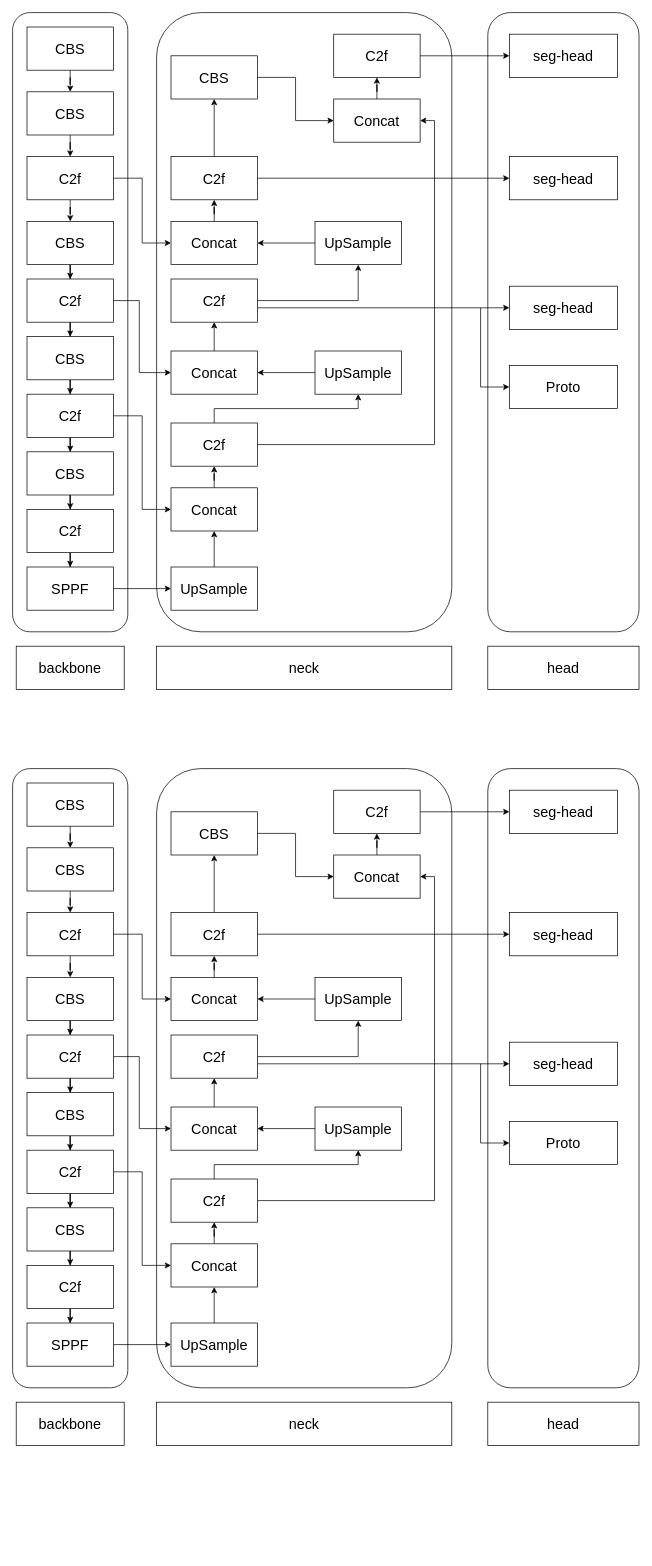
Earlier version of the draw.io diagram yolov8.drawio (funkallll/deeplearning). Source tidied: cells renumbered, new cells numbered last; positions are measured from the earlier drawing's top-left corner, leaving out a move shared by most shapes. Both pictures are drawn from the tidied source at 72%, with x=0, y=0 at pixel (12, 12).
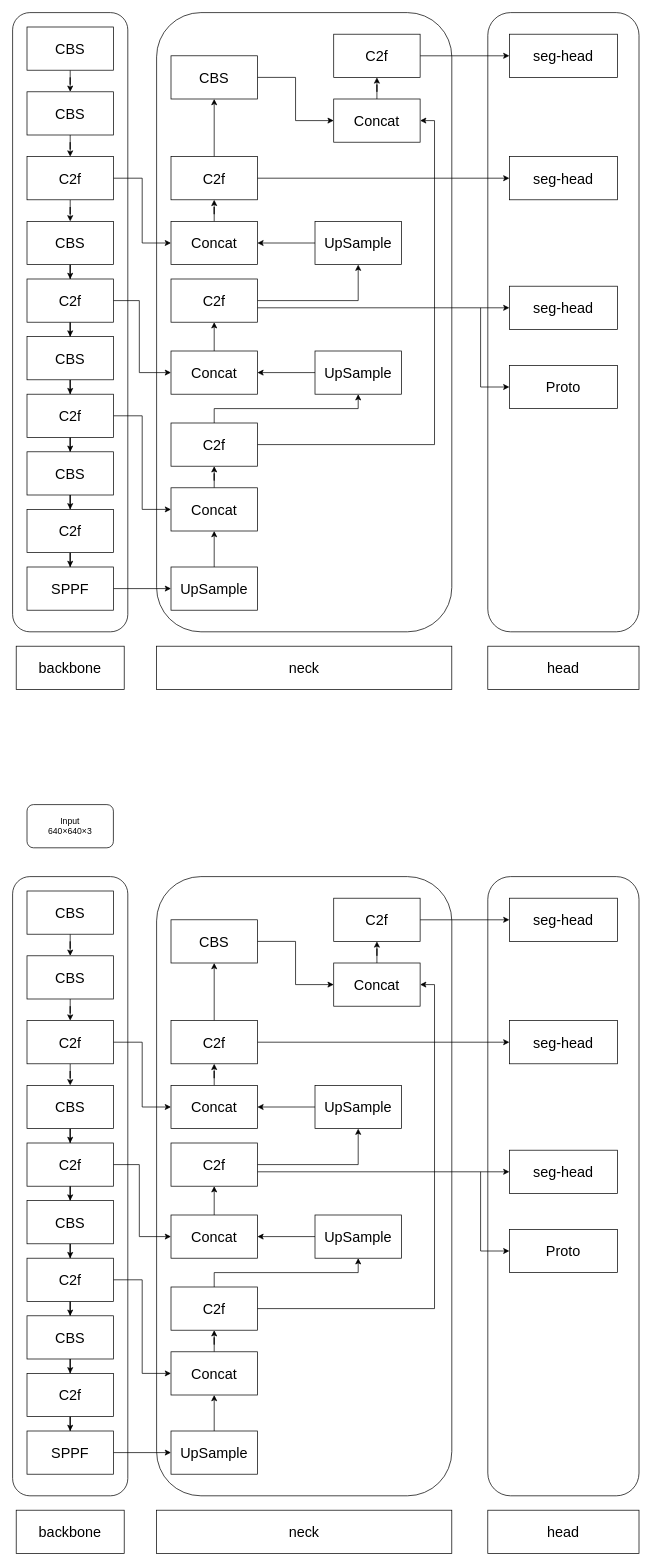
The same diagram, later.

The edit, as a diff of the source:
```diff
@@
     <mxCell id="64" value="CBS" style="rounded=0;whiteSpace=wrap;html=1;fontSize=20;fontStyle=0;" parent="1" vertex="1">
-      <mxGeometry x="20" y="1070" width="120" height="60" as="geometry" />
+      <mxGeometry x="20" y="1220" width="120" height="60" as="geometry" />
     </mxCell>
@@
     <mxCell id="66" value="CBS" style="rounded=0;whiteSpace=wrap;html=1;fontSize=20;fontStyle=0;" parent="1" vertex="1">
-      <mxGeometry x="20" y="1160" width="120" height="60" as="geometry" />
+      <mxGeometry x="20" y="1310" width="120" height="60" as="geometry" />
     </mxCell>
@@
     <mxCell id="69" value="C2f" style="rounded=0;whiteSpace=wrap;html=1;fontSize=20;fontStyle=0;" parent="1" vertex="1">
-      <mxGeometry x="20" y="1250" width="120" height="60" as="geometry" />
+      <mxGeometry x="20" y="1400" width="120" height="60" as="geometry" />
     </mxCell>
@@
     <mxCell id="71" value="CBS" style="rounded=0;whiteSpace=wrap;html=1;fontSize=20;fontStyle=0;" parent="1" vertex="1">
-      <mxGeometry x="20" y="1340" width="120" height="60" as="geometry" />
+      <mxGeometry x="20" y="1490" width="120" height="60" as="geometry" />
     </mxCell>
@@
     <mxCell id="73" style="edgeStyle=orthogonalEdgeStyle;rounded=0;jettySize=auto;html=1;fontStyle=0;fontSize=20;" parent="1" edge="1" source="74" target="93">
       <mxGeometry relative="1" as="geometry">
         <Array as="points">
-          <mxPoint x="176" y="1450" />
-          <mxPoint x="176" y="1550" />
+          <mxPoint x="176" y="1600" />
+          <mxPoint x="176" y="1700" />
         </Array>
       </mxGeometry>
     </mxCell>
     <mxCell id="74" value="C2f" style="rounded=0;whiteSpace=wrap;html=1;fontSize=20;fontStyle=0;" parent="1" vertex="1">
-      <mxGeometry x="20" y="1420" width="120" height="60" as="geometry" />
+      <mxGeometry x="20" y="1570" width="120" height="60" as="geometry" />
     </mxCell>
@@
     <mxCell id="76" value="CBS" style="rounded=0;whiteSpace=wrap;html=1;fontSize=20;fontStyle=0;" parent="1" vertex="1">
-      <mxGeometry x="20" y="1500" width="120" height="60" as="geometry" />
+      <mxGeometry x="20" y="1650" width="120" height="60" as="geometry" />
     </mxCell>
@@
     <mxCell id="79" value="C2f" style="rounded=0;whiteSpace=wrap;html=1;fontSize=20;fontStyle=0;" parent="1" vertex="1">
-      <mxGeometry x="20" y="1580" width="120" height="60" as="geometry" />
+      <mxGeometry x="20" y="1730" width="120" height="60" as="geometry" />
     </mxCell>
@@
     <mxCell id="81" value="CBS" style="rounded=0;whiteSpace=wrap;html=1;fontSize=20;fontStyle=0;" parent="1" vertex="1">
-      <mxGeometry x="20" y="1660" width="120" height="60" as="geometry" />
+      <mxGeometry x="20" y="1810" width="120" height="60" as="geometry" />
     </mxCell>
@@
     <mxCell id="83" value="C2f" style="rounded=0;whiteSpace=wrap;html=1;fontSize=20;fontStyle=0;" parent="1" vertex="1">
-      <mxGeometry x="20" y="1740" width="120" height="60" as="geometry" />
+      <mxGeometry x="20" y="1890" width="120" height="60" as="geometry" />
     </mxCell>
@@
     <mxCell id="85" value="SPPF" style="rounded=0;whiteSpace=wrap;html=1;fontSize=20;fontStyle=0;" parent="1" vertex="1">
-      <mxGeometry x="20" y="1820" width="120" height="60" as="geometry" />
+      <mxGeometry x="20" y="1970" width="120" height="60" as="geometry" />
     </mxCell>
@@
     <mxCell id="87" value="UpSample" style="whiteSpace=wrap;html=1;fontSize=20;rounded=0;fontStyle=0;" parent="1" vertex="1">
-      <mxGeometry x="220" y="1820" width="120" height="60" as="geometry" />
+      <mxGeometry x="220" y="1970" width="120" height="60" as="geometry" />
     </mxCell>
@@
     <mxCell id="89" value="Concat" style="whiteSpace=wrap;html=1;fontSize=20;rounded=0;fontStyle=0;" parent="1" vertex="1">
-      <mxGeometry x="220" y="1710" width="120" height="60" as="geometry" />
+      <mxGeometry x="220" y="1860" width="120" height="60" as="geometry" />
     </mxCell>
     <mxCell id="90" style="edgeStyle=orthogonalEdgeStyle;rounded=0;jettySize=auto;html=1;entryX=1;entryY=0.5;entryDx=0;entryDy=0;fontStyle=0;fontSize=20;" parent="1" edge="1" source="91" target="93">
       <mxGeometry relative="1" as="geometry">
         <Array as="points">
-          <mxPoint x="466" y="1550" />
+          <mxPoint x="466" y="1700" />
         </Array>
       </mxGeometry>
     </mxCell>
     <mxCell id="91" value="UpSample" style="whiteSpace=wrap;html=1;fontSize=20;rounded=0;fontStyle=0;" parent="1" vertex="1">
-      <mxGeometry x="420" y="1520" width="120" height="60" as="geometry" />
+      <mxGeometry x="420" y="1670" width="120" height="60" as="geometry" />
     </mxCell>
@@
     <mxCell id="93" value="Concat" style="rounded=0;whiteSpace=wrap;html=1;fontSize=20;fontStyle=0;" parent="1" vertex="1">
-      <mxGeometry x="220" y="1520" width="120" height="60" as="geometry" />
+      <mxGeometry x="220" y="1670" width="120" height="60" as="geometry" />
     </mxCell>
@@
     <mxCell id="95" style="edgeStyle=orthogonalEdgeStyle;rounded=0;jettySize=auto;html=1;entryX=0;entryY=0.5;entryDx=0;entryDy=0;fontSize=20;" parent="1" edge="1" source="97" target="122">
       <mxGeometry relative="1" as="geometry">
         <Array as="points">
-          <mxPoint x="660" y="1460" />
-          <mxPoint x="660" y="1460" />
+          <mxPoint x="660" y="1610" />
+          <mxPoint x="660" y="1610" />
         </Array>
       </mxGeometry>
     </mxCell>
     <mxCell id="96" style="edgeStyle=orthogonalEdgeStyle;rounded=0;jettySize=auto;html=1;entryX=0;entryY=0.5;entryDx=0;entryDy=0;" parent="1" edge="1" target="123">
       <mxGeometry relative="1" as="geometry">
-        <mxPoint x="650" y="1460" as="sourcePoint" />
+        <mxPoint x="650" y="1610" as="sourcePoint" />
         <Array as="points">
-          <mxPoint x="650" y="1460" />
-          <mxPoint x="650" y="1570" />
+          <mxPoint x="650" y="1610" />
+          <mxPoint x="650" y="1720" />
         </Array>
       </mxGeometry>
     </mxCell>
     <mxCell id="97" value="C2f" style="rounded=0;whiteSpace=wrap;html=1;fontSize=20;fontStyle=0;" parent="1" vertex="1">
-      <mxGeometry x="220" y="1420" width="120" height="60" as="geometry" />
+      <mxGeometry x="220" y="1570" width="120" height="60" as="geometry" />
     </mxCell>
@@
     <mxCell id="99" value="UpSample" style="rounded=0;whiteSpace=wrap;html=1;fontSize=20;fontStyle=0;" parent="1" vertex="1">
-      <mxGeometry x="420" y="1340" width="120" height="60" as="geometry" />
+      <mxGeometry x="420" y="1490" width="120" height="60" as="geometry" />
     </mxCell>
     <mxCell id="100" style="edgeStyle=orthogonalEdgeStyle;rounded=0;jettySize=auto;html=1;entryX=0.5;entryY=1;entryDx=0;entryDy=0;exitX=0.5;exitY=0;exitDx=0;exitDy=0;fontStyle=0;fontSize=20;" parent="1" edge="1" source="102" target="91">
       <mxGeometry relative="1" as="geometry">
         <Array as="points">
-          <mxPoint x="280" y="1600" />
-          <mxPoint x="480" y="1600" />
+          <mxPoint x="280" y="1750" />
+          <mxPoint x="480" y="1750" />
         </Array>
       </mxGeometry>
     </mxCell>
@@
     <mxCell id="102" value="C2f" style="whiteSpace=wrap;html=1;fontSize=20;rounded=0;fontStyle=0;" parent="1" vertex="1">
-      <mxGeometry x="220" y="1620" width="120" height="60" as="geometry" />
+      <mxGeometry x="220" y="1770" width="120" height="60" as="geometry" />
     </mxCell>
@@
     <mxCell id="104" value="Concat" style="rounded=0;whiteSpace=wrap;html=1;fontSize=20;fontStyle=0;" parent="1" vertex="1">
-      <mxGeometry x="220" y="1340" width="120" height="60" as="geometry" />
+      <mxGeometry x="220" y="1490" width="120" height="60" as="geometry" />
     </mxCell>
@@
     <mxCell id="107" value="C2f" style="rounded=0;whiteSpace=wrap;html=1;fontSize=20;fontStyle=0;" parent="1" vertex="1">
-      <mxGeometry x="220" y="1250" width="120" height="60" as="geometry" />
+      <mxGeometry x="220" y="1400" width="120" height="60" as="geometry" />
     </mxCell>
@@
     <mxCell id="109" value="CBS" style="rounded=0;whiteSpace=wrap;html=1;fontSize=20;fontStyle=0;" parent="1" vertex="1">
-      <mxGeometry x="220" y="1110" width="120" height="60" as="geometry" />
+      <mxGeometry x="220" y="1260" width="120" height="60" as="geometry" />
     </mxCell>
@@
     <mxCell id="111" value="Concat" style="rounded=0;whiteSpace=wrap;html=1;fontSize=20;fontStyle=0;" parent="1" vertex="1">
-      <mxGeometry x="446" y="1170" width="120" height="60" as="geometry" />
+      <mxGeometry x="446" y="1320" width="120" height="60" as="geometry" />
     </mxCell>
@@
     <mxCell id="113" value="C2f" style="rounded=0;whiteSpace=wrap;html=1;fontSize=20;fontStyle=0;" parent="1" vertex="1">
-      <mxGeometry x="446" y="1080" width="120" height="60" as="geometry" />
+      <mxGeometry x="446" y="1230" width="120" height="60" as="geometry" />
     </mxCell>
     <mxCell id="114" value="seg-head" style="rounded=0;whiteSpace=wrap;html=1;fontSize=20;" parent="1" vertex="1">
-      <mxGeometry x="690" y="1250" width="150" height="60" as="geometry" />
+      <mxGeometry x="690" y="1400" width="150" height="60" as="geometry" />
     </mxCell>
     <mxCell id="115" style="rounded=1;whiteSpace=wrap;html=1;fillColor=none;" parent="1" vertex="1">
-      <mxGeometry y="1050" width="160" height="860" as="geometry" />
+      <mxGeometry y="1200" width="160" height="860" as="geometry" />
     </mxCell>
     <mxCell id="116" style="rounded=1;whiteSpace=wrap;html=1;fillColor=none;" parent="1" vertex="1">
-      <mxGeometry x="200" y="1050" width="410" height="860" as="geometry" />
+      <mxGeometry x="200" y="1200" width="410" height="860" as="geometry" />
     </mxCell>
     <mxCell id="117" value="&lt;span style=&quot;font-size: 20px;&quot;&gt;backbone&lt;/span&gt;" style="rounded=0;whiteSpace=wrap;html=1;fontSize=20;" parent="1" vertex="1">
-      <mxGeometry x="5" y="1930" width="150" height="60" as="geometry" />
+      <mxGeometry x="5" y="2080" width="150" height="60" as="geometry" />
     </mxCell>
     <mxCell id="118" value="&lt;span style=&quot;font-size: 20px;&quot;&gt;neck&lt;/span&gt;" style="rounded=0;whiteSpace=wrap;html=1;fontSize=20;" parent="1" vertex="1">
-      <mxGeometry x="200" y="1930" width="410" height="60" as="geometry" />
+      <mxGeometry x="200" y="2080" width="410" height="60" as="geometry" />
     </mxCell>
     <mxCell id="119" value="&lt;span style=&quot;font-size: 20px;&quot;&gt;head&lt;/span&gt;" style="rounded=0;whiteSpace=wrap;html=1;fontSize=20;" parent="1" vertex="1">
-      <mxGeometry x="660" y="1930" width="210" height="60" as="geometry" />
+      <mxGeometry x="660" y="2080" width="210" height="60" as="geometry" />
     </mxCell>
     <mxCell id="120" style="rounded=1;whiteSpace=wrap;html=1;fillColor=none;" parent="1" vertex="1">
-      <mxGeometry x="660" y="1050" width="210" height="860" as="geometry" />
+      <mxGeometry x="660" y="1200" width="210" height="860" as="geometry" />
     </mxCell>
     <mxCell id="121" value="seg-head" style="rounded=0;whiteSpace=wrap;html=1;fontSize=20;" parent="1" vertex="1">
-      <mxGeometry x="690" y="1080" width="150" height="60" as="geometry" />
+      <mxGeometry x="690" y="1230" width="150" height="60" as="geometry" />
     </mxCell>
     <mxCell id="122" value="seg-head" style="rounded=0;whiteSpace=wrap;html=1;fontSize=20;" parent="1" vertex="1">
-      <mxGeometry x="690" y="1430" width="150" height="60" as="geometry" />
+      <mxGeometry x="690" y="1580" width="150" height="60" as="geometry" />
     </mxCell>
     <mxCell id="123" value="Proto" style="rounded=0;whiteSpace=wrap;html=1;fontSize=20;" parent="1" vertex="1">
-      <mxGeometry x="690" y="1540" width="150" height="60" as="geometry" />
+      <mxGeometry x="690" y="1690" width="150" height="60" as="geometry" />
     </mxCell>
+    <mxCell id="124" value="Input&lt;div&gt;640×640×3&lt;/div&gt;" style="rounded=1;whiteSpace=wrap;html=1;" parent="1" vertex="1">
+      <mxGeometry x="20" y="1100" width="120" height="60" as="geometry" />
+    </mxCell>
```
